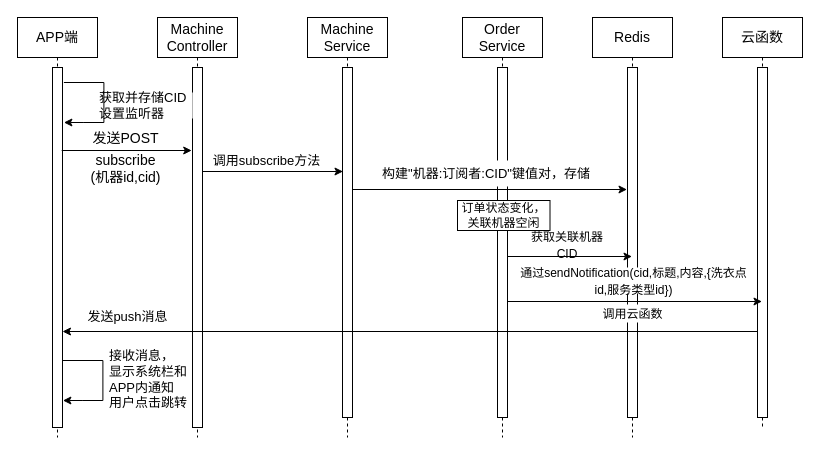
Before: 推送时序图.drawio in mochaDMQ/myPicture, a draw.io diagram. Source tidied: cells renumbered, new cells numbered last; positions are measured from the earlier drawing's top-left corner, leaving out a move shared by most shapes. Both pictures are drawn from the tidied source at 100%, with x=0, y=0 at pixel (17, 17).
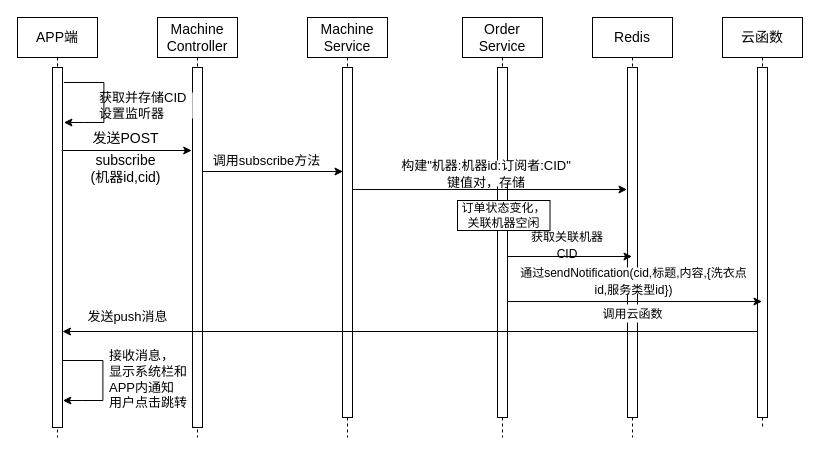
The same diagram, later.

Commit message:
更新推送时序图.drawio

Change to the diagram source:
```diff
@@
-    <mxCell id="24" value="&lt;font style=&quot;font-size: 13px;&quot;&gt;构建&quot;机器:订阅者:CID&quot;键值对，存储&lt;/font&gt;" style="text;html=1;align=center;verticalAlign=middle;whiteSpace=wrap;rounded=0;fontSize=14;fontFamily=宋体;fillColor=default;" parent="1" vertex="1">
+    <mxCell id="24" value="&lt;font style=&quot;font-size: 13px;&quot;&gt;构建&quot;机器:机器id:订阅者:CID&quot;&lt;/font&gt;&lt;div&gt;&lt;font style=&quot;font-size: 13px;&quot;&gt;键值对，存储&lt;/font&gt;&lt;/div&gt;" style="text;html=1;align=center;verticalAlign=middle;whiteSpace=wrap;rounded=0;fontSize=14;fontFamily=宋体;fillColor=default;" parent="1" vertex="1">
       <mxGeometry x="354" y="143" width="230" height="26" as="geometry" />
     </mxCell>
```
